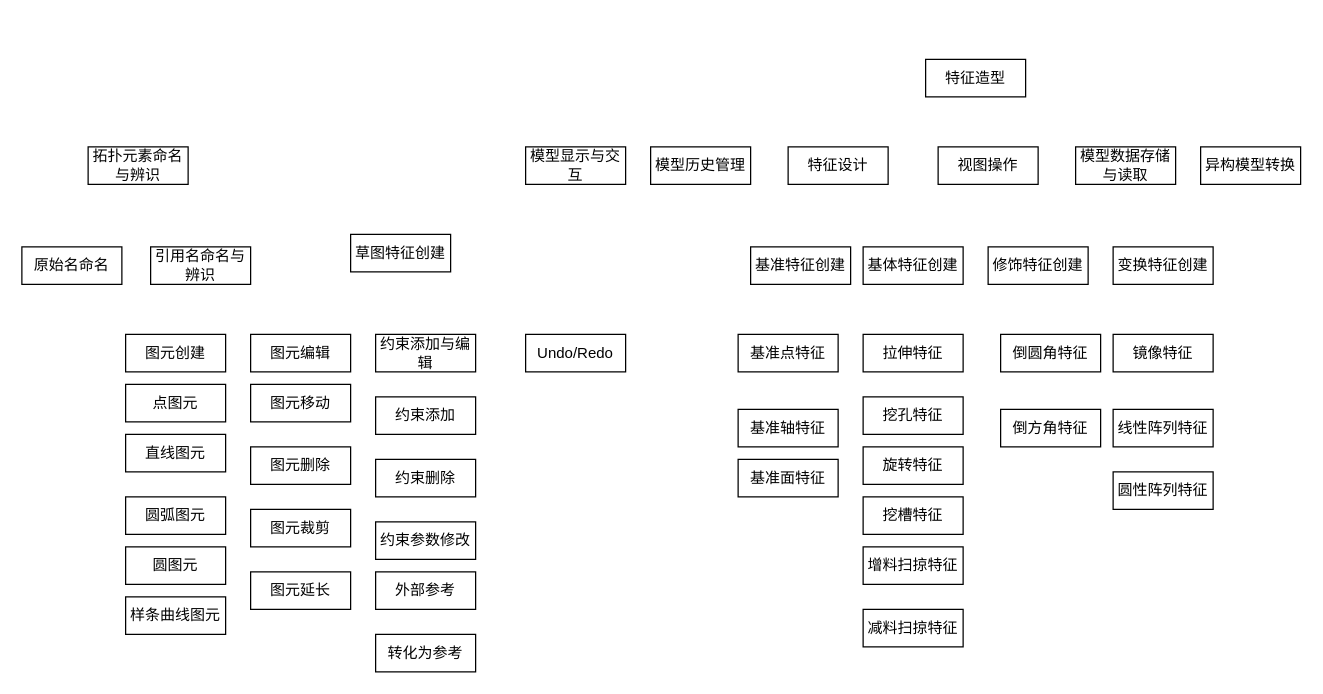
liuhuliuhu123/First-test keeps this draw.io diagram as 功能模块.drawio. Above is the earlier version. Source tidied: cells renumbered, new cells numbered last; positions are measured from the earlier drawing's top-left corner, leaving out a move shared by most shapes. Both pictures are drawn from the tidied source at 125%, with x=0, y=0 at pixel (21, 59).
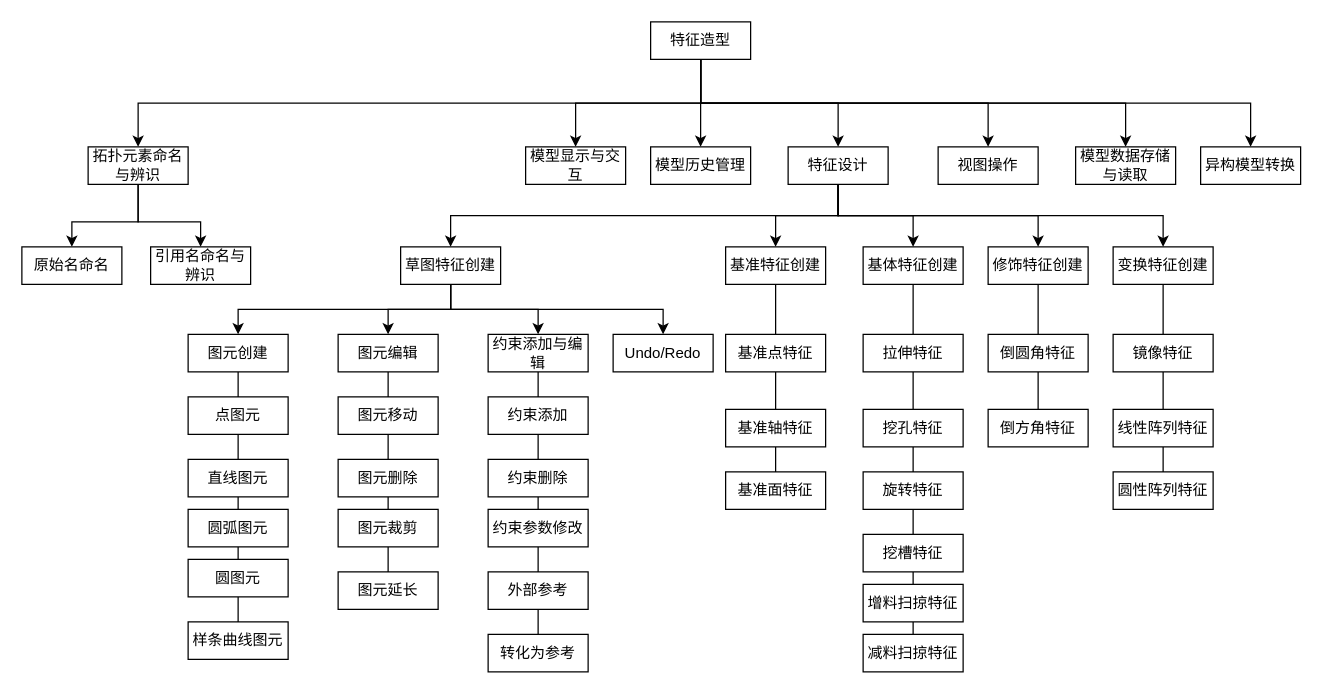
After the change.

Commit message (it also covers changes not shown here):
更新功能模块.drawio

Unchanged cells that the change refers to:
```xml
<mxCell id="3" value="拓扑元素命名与辨识" style="rounded=0;whiteSpace=wrap;html=1;" parent="1" vertex="1">
  <mxGeometry x="53" y="70" width="80" height="30" as="geometry" />
</mxCell>
<mxCell id="4" value="模型显示与交互" style="rounded=0;whiteSpace=wrap;html=1;" parent="1" vertex="1">
  <mxGeometry x="403" y="70" width="80" height="30" as="geometry" />
</mxCell>
<mxCell id="5" value="模型历史管理" style="rounded=0;whiteSpace=wrap;html=1;" parent="1" vertex="1">
  <mxGeometry x="503" y="70" width="80" height="30" as="geometry" />
</mxCell>
<mxCell id="6" value="特征设计" style="rounded=0;whiteSpace=wrap;html=1;" parent="1" vertex="1">
  <mxGeometry x="613" y="70" width="80" height="30" as="geometry" />
</mxCell>
<mxCell id="7" value="视图操作" style="rounded=0;whiteSpace=wrap;html=1;" parent="1" vertex="1">
  <mxGeometry x="733" y="70" width="80" height="30" as="geometry" />
</mxCell>
<mxCell id="8" value="模型数据存储与读取" style="rounded=0;whiteSpace=wrap;html=1;" parent="1" vertex="1">
  <mxGeometry x="843" y="70" width="80" height="30" as="geometry" />
</mxCell>
<mxCell id="9" value="异构模型转换" style="rounded=0;whiteSpace=wrap;html=1;" parent="1" vertex="1">
  <mxGeometry x="943" y="70" width="80" height="30" as="geometry" />
</mxCell>
<mxCell id="10" value="原始名命名" style="rounded=0;whiteSpace=wrap;html=1;" parent="1" vertex="1">
  <mxGeometry y="150" width="80" height="30" as="geometry" />
</mxCell>
<mxCell id="11" value="引用名命名与辨识" style="rounded=0;whiteSpace=wrap;html=1;" parent="1" vertex="1">
  <mxGeometry x="103" y="150" width="80" height="30" as="geometry" />
</mxCell>
<mxCell id="14" value="基体特征创建" style="rounded=0;whiteSpace=wrap;html=1;" parent="1" vertex="1">
  <mxGeometry x="673" y="150" width="80" height="30" as="geometry" />
</mxCell>
<mxCell id="15" value="修饰特征创建" style="rounded=0;whiteSpace=wrap;html=1;" parent="1" vertex="1">
  <mxGeometry x="773" y="150" width="80" height="30" as="geometry" />
</mxCell>
<mxCell id="16" value="变换特征创建" style="rounded=0;whiteSpace=wrap;html=1;" parent="1" vertex="1">
  <mxGeometry x="873" y="150" width="80" height="30" as="geometry" />
</mxCell>
<mxCell id="21" value="拉伸特征" style="rounded=0;whiteSpace=wrap;html=1;" parent="1" vertex="1">
  <mxGeometry x="673" y="220" width="80" height="30" as="geometry" />
</mxCell>
<mxCell id="29" value="镜像特征" style="rounded=0;whiteSpace=wrap;html=1;" parent="1" vertex="1">
  <mxGeometry x="873" y="220" width="80" height="30" as="geometry" />
</mxCell>
<mxCell id="30" value="线性阵列特征" style="rounded=0;whiteSpace=wrap;html=1;" parent="1" vertex="1">
  <mxGeometry x="873" y="280" width="80" height="30" as="geometry" />
</mxCell>
<mxCell id="31" value="圆性阵列特征" style="rounded=0;whiteSpace=wrap;html=1;" parent="1" vertex="1">
  <mxGeometry x="873" y="330" width="80" height="30" as="geometry" />
</mxCell>
```

What changed in the source:
```diff
@@
     <mxCell id="2" value="特征造型" style="rounded=0;whiteSpace=wrap;html=1;" parent="1" vertex="1">
-      <mxGeometry x="723" width="80" height="30" as="geometry" />
+      <mxGeometry x="503" y="-30" width="80" height="30" as="geometry" />
     </mxCell>
+    <mxCell id="49" style="edgeStyle=orthogonalEdgeStyle;rounded=0;jettySize=auto;html=1;" parent="1" edge="1" source="3" target="10">
+      <mxGeometry relative="1" as="geometry">
+        <Array as="points">
+          <mxPoint x="93" y="130" />
+          <mxPoint x="40" y="130" />
+        </Array>
+      </mxGeometry>
+    </mxCell>
@@
     <mxCell id="12" value="基准特征创建" style="rounded=0;whiteSpace=wrap;html=1;" parent="1" vertex="1">
-      <mxGeometry x="583" y="150" width="80" height="30" as="geometry" />
+      <mxGeometry x="563" y="150" width="80" height="30" as="geometry" />
     </mxCell>
     <mxCell id="13" value="草图特征创建" style="rounded=0;whiteSpace=wrap;html=1;" parent="1" vertex="1">
-      <mxGeometry x="263" y="140" width="80" height="30" as="geometry" />
+      <mxGeometry x="303" y="150" width="80" height="30" as="geometry" />
     </mxCell>
@@
     <mxCell id="17" value="基准点特征" style="rounded=0;whiteSpace=wrap;html=1;" parent="1" vertex="1">
-      <mxGeometry x="573" y="220" width="80" height="30" as="geometry" />
+      <mxGeometry x="563" y="220" width="80" height="30" as="geometry" />
     </mxCell>
     <mxCell id="18" value="基准面特征" style="rounded=0;whiteSpace=wrap;html=1;" parent="1" vertex="1">
-      <mxGeometry x="573" y="320" width="80" height="30" as="geometry" />
+      <mxGeometry x="563" y="330" width="80" height="30" as="geometry" />
     </mxCell>
     <mxCell id="19" value="基准轴特征" style="rounded=0;whiteSpace=wrap;html=1;" parent="1" vertex="1">
-      <mxGeometry x="573" y="280" width="80" height="30" as="geometry" />
+      <mxGeometry x="563" y="280" width="80" height="30" as="geometry" />
     </mxCell>
     <mxCell id="20" value="图元编辑" style="rounded=0;whiteSpace=wrap;html=1;" parent="1" vertex="1">
-      <mxGeometry x="183" y="220" width="80" height="30" as="geometry" />
+      <mxGeometry x="253" y="220" width="80" height="30" as="geometry" />
     </mxCell>
@@
     <mxCell id="22" value="挖孔特征" style="rounded=0;whiteSpace=wrap;html=1;" parent="1" vertex="1">
-      <mxGeometry x="673" y="270" width="80" height="30" as="geometry" />
+      <mxGeometry x="673" y="280" width="80" height="30" as="geometry" />
     </mxCell>
     <mxCell id="23" value="旋转特征" style="rounded=0;whiteSpace=wrap;html=1;" parent="1" vertex="1">
-      <mxGeometry x="673" y="310" width="80" height="30" as="geometry" />
+      <mxGeometry x="673" y="330" width="80" height="30" as="geometry" />
     </mxCell>
     <mxCell id="24" value="挖槽特征" style="rounded=0;whiteSpace=wrap;html=1;" parent="1" vertex="1">
-      <mxGeometry x="673" y="350" width="80" height="30" as="geometry" />
+      <mxGeometry x="673" y="380" width="80" height="30" as="geometry" />
     </mxCell>
     <mxCell id="25" value="增料扫掠特征" style="rounded=0;whiteSpace=wrap;html=1;" parent="1" vertex="1">
-      <mxGeometry x="673" y="390" width="80" height="30" as="geometry" />
+      <mxGeometry x="673" y="420" width="80" height="30" as="geometry" />
     </mxCell>
     <mxCell id="26" value="减料扫掠特征" style="rounded=0;whiteSpace=wrap;html=1;" parent="1" vertex="1">
-      <mxGeometry x="673" y="440" width="80" height="30" as="geometry" />
+      <mxGeometry x="673" y="460" width="80" height="30" as="geometry" />
     </mxCell>
     <mxCell id="27" value="倒圆角特征" style="rounded=0;whiteSpace=wrap;html=1;" parent="1" vertex="1">
-      <mxGeometry x="783" y="220" width="80" height="30" as="geometry" />
+      <mxGeometry x="773" y="220" width="80" height="30" as="geometry" />
     </mxCell>
     <mxCell id="28" value="倒方角特征" style="rounded=0;whiteSpace=wrap;html=1;" parent="1" vertex="1">
-      <mxGeometry x="783" y="280" width="80" height="30" as="geometry" />
+      <mxGeometry x="773" y="280" width="80" height="30" as="geometry" />
     </mxCell>
@@
     <mxCell id="32" value="约束添加与编辑" style="rounded=0;whiteSpace=wrap;html=1;" parent="1" vertex="1">
-      <mxGeometry x="283" y="220" width="80" height="30" as="geometry" />
+      <mxGeometry x="373" y="220" width="80" height="30" as="geometry" />
     </mxCell>
     <mxCell id="33" value="图元创建" style="rounded=0;whiteSpace=wrap;html=1;" parent="1" vertex="1">
-      <mxGeometry x="83" y="220" width="80" height="30" as="geometry" />
+      <mxGeometry x="133" y="220" width="80" height="30" as="geometry" />
     </mxCell>
     <mxCell id="34" value="Undo/Redo" style="rounded=0;whiteSpace=wrap;html=1;" parent="1" vertex="1">
-      <mxGeometry x="403" y="220" width="80" height="30" as="geometry" />
+      <mxGeometry x="473" y="220" width="80" height="30" as="geometry" />
     </mxCell>
     <mxCell id="35" value="点图元" style="rounded=0;whiteSpace=wrap;html=1;" parent="1" vertex="1">
-      <mxGeometry x="83" y="260" width="80" height="30" as="geometry" />
+      <mxGeometry x="133" y="270" width="80" height="30" as="geometry" />
     </mxCell>
     <mxCell id="36" value="直线图元" style="rounded=0;whiteSpace=wrap;html=1;" parent="1" vertex="1">
-      <mxGeometry x="83" y="300" width="80" height="30" as="geometry" />
+      <mxGeometry x="133" y="320" width="80" height="30" as="geometry" />
     </mxCell>
     <mxCell id="37" value="圆弧图元" style="rounded=0;whiteSpace=wrap;html=1;" parent="1" vertex="1">
-      <mxGeometry x="83" y="350" width="80" height="30" as="geometry" />
+      <mxGeometry x="133" y="360" width="80" height="30" as="geometry" />
     </mxCell>
     <mxCell id="38" value="圆图元" style="rounded=0;whiteSpace=wrap;html=1;" parent="1" vertex="1">
-      <mxGeometry x="83" y="390" width="80" height="30" as="geometry" />
+      <mxGeometry x="133" y="400" width="80" height="30" as="geometry" />
     </mxCell>
     <mxCell id="39" value="样条曲线图元" style="rounded=0;whiteSpace=wrap;html=1;" parent="1" vertex="1">
-      <mxGeometry x="83" y="430" width="80" height="30" as="geometry" />
+      <mxGeometry x="133" y="450" width="80" height="30" as="geometry" />
     </mxCell>
     <mxCell id="40" value="图元删除" style="rounded=0;whiteSpace=wrap;html=1;" parent="1" vertex="1">
-      <mxGeometry x="183" y="310" width="80" height="30" as="geometry" />
+      <mxGeometry x="253" y="320" width="80" height="30" as="geometry" />
     </mxCell>
     <mxCell id="41" value="图元裁剪" style="rounded=0;whiteSpace=wrap;html=1;" parent="1" vertex="1">
-      <mxGeometry x="183" y="360" width="80" height="30" as="geometry" />
+      <mxGeometry x="253" y="360" width="80" height="30" as="geometry" />
     </mxCell>
     <mxCell id="42" value="图元延长" style="rounded=0;whiteSpace=wrap;html=1;" parent="1" vertex="1">
-      <mxGeometry x="183" y="410" width="80" height="30" as="geometry" />
+      <mxGeometry x="253" y="410" width="80" height="30" as="geometry" />
     </mxCell>
     <mxCell id="43" value="图元移动" style="rounded=0;whiteSpace=wrap;html=1;" parent="1" vertex="1">
-      <mxGeometry x="183" y="260" width="80" height="30" as="geometry" />
+      <mxGeometry x="253" y="270" width="80" height="30" as="geometry" />
     </mxCell>
     <mxCell id="44" value="约束添加" style="rounded=0;whiteSpace=wrap;html=1;" parent="1" vertex="1">
-      <mxGeometry x="283" y="270" width="80" height="30" as="geometry" />
+      <mxGeometry x="373" y="270" width="80" height="30" as="geometry" />
     </mxCell>
     <mxCell id="45" value="约束删除" style="rounded=0;whiteSpace=wrap;html=1;" parent="1" vertex="1">
-      <mxGeometry x="283" y="320" width="80" height="30" as="geometry" />
+      <mxGeometry x="373" y="320" width="80" height="30" as="geometry" />
     </mxCell>
     <mxCell id="46" value="约束参数修改" style="rounded=0;whiteSpace=wrap;html=1;" parent="1" vertex="1">
-      <mxGeometry x="283" y="370" width="80" height="30" as="geometry" />
+      <mxGeometry x="373" y="360" width="80" height="30" as="geometry" />
     </mxCell>
     <mxCell id="47" value="外部参考" style="rounded=0;whiteSpace=wrap;html=1;" parent="1" vertex="1">
-      <mxGeometry x="283" y="410" width="80" height="30" as="geometry" />
+      <mxGeometry x="373" y="410" width="80" height="30" as="geometry" />
     </mxCell>
     <mxCell id="48" value="转化为参考" style="rounded=0;whiteSpace=wrap;html=1;" parent="1" vertex="1">
-      <mxGeometry x="283" y="460" width="80" height="30" as="geometry" />
+      <mxGeometry x="373" y="460" width="80" height="30" as="geometry" />
     </mxCell>
+    <mxCell id="50" style="endArrow=classic;html=1;rounded=0;entryX=0.5;entryY=0;entryDx=0;entryDy=0;edgeStyle=orthogonalEdgeStyle;exitX=0.5;exitY=1;exitDx=0;exitDy=0;" parent="1" edge="1" source="3" target="11">
+      <mxGeometry relative="1" as="geometry">
+        <Array as="points">
+          <mxPoint x="93" y="130" />
+          <mxPoint x="143" y="130" />
+        </Array>
+      </mxGeometry>
+    </mxCell>
+    <mxCell id="51" style="endArrow=classic;html=1;rounded=0;exitX=0.5;exitY=1;exitDx=0;exitDy=0;entryX=0.5;entryY=0;entryDx=0;entryDy=0;" parent="1" edge="1" source="2" target="5">
+      <mxGeometry relative="1" as="geometry" />
+    </mxCell>
+    <mxCell id="52" style="edgeStyle=orthogonalEdgeStyle;rounded=0;orthogonalLoop=1;jettySize=auto;html=1;exitX=0.5;exitY=1;exitDx=0;exitDy=0;" parent="1" edge="1" source="17" target="17">
+      <mxGeometry relative="1" as="geometry" />
+    </mxCell>
+    <mxCell id="53" style="endArrow=classic;html=1;rounded=0;exitX=0.5;exitY=1;exitDx=0;exitDy=0;entryX=0.5;entryY=0;entryDx=0;entryDy=0;edgeStyle=orthogonalEdgeStyle;" parent="1" edge="1" source="6" target="12">
+      <mxGeometry relative="1" as="geometry" />
+    </mxCell>
+    <mxCell id="54" style="endArrow=classic;html=1;rounded=0;exitX=0.5;exitY=1;exitDx=0;exitDy=0;entryX=0.5;entryY=0;entryDx=0;entryDy=0;edgeStyle=orthogonalEdgeStyle;" parent="1" edge="1" source="6" target="14">
+      <mxGeometry relative="1" as="geometry" />
+    </mxCell>
+    <mxCell id="55" style="endArrow=classic;html=1;rounded=0;edgeStyle=orthogonalEdgeStyle;exitX=0.5;exitY=1;exitDx=0;exitDy=0;" parent="1" edge="1" source="6" target="15">
+      <mxGeometry relative="1" as="geometry" />
+    </mxCell>
+    <mxCell id="56" style="endArrow=classic;html=1;rounded=0;exitX=0.5;exitY=1;exitDx=0;exitDy=0;entryX=0.5;entryY=0;entryDx=0;entryDy=0;edgeStyle=orthogonalEdgeStyle;" parent="1" edge="1" source="6" target="16">
+      <mxGeometry relative="1" as="geometry" />
+    </mxCell>
+    <mxCell id="57" style="endArrow=classic;html=1;rounded=0;exitX=0.5;exitY=1;exitDx=0;exitDy=0;entryX=0.5;entryY=0;entryDx=0;entryDy=0;edgeStyle=orthogonalEdgeStyle;" parent="1" edge="1" source="6" target="13">
+      <mxGeometry relative="1" as="geometry" />
+    </mxCell>
+    <mxCell id="58" style="endArrow=classic;html=1;rounded=0;edgeStyle=orthogonalEdgeStyle;exitX=0.5;exitY=1;exitDx=0;exitDy=0;entryX=0.5;entryY=0;entryDx=0;entryDy=0;" parent="1" edge="1" source="2" target="4">
+      <mxGeometry relative="1" as="geometry" />
+    </mxCell>
+    <mxCell id="59" style="endArrow=classic;html=1;rounded=0;exitX=0.5;exitY=1;exitDx=0;exitDy=0;edgeStyle=orthogonalEdgeStyle;" parent="1" edge="1" source="2" target="6">
+      <mxGeometry relative="1" as="geometry" />
+    </mxCell>
+    <mxCell id="60" style="endArrow=classic;html=1;rounded=0;exitX=0.5;exitY=1;exitDx=0;exitDy=0;edgeStyle=orthogonalEdgeStyle;" parent="1" edge="1" source="2" target="7">
+      <mxGeometry relative="1" as="geometry" />
+    </mxCell>
+    <mxCell id="61" style="endArrow=classic;html=1;rounded=0;exitX=0.5;exitY=1;exitDx=0;exitDy=0;entryX=0.5;entryY=0;entryDx=0;entryDy=0;edgeStyle=orthogonalEdgeStyle;" parent="1" edge="1" source="2" target="8">
+      <mxGeometry relative="1" as="geometry" />
+    </mxCell>
+    <mxCell id="62" style="endArrow=classic;html=1;rounded=0;exitX=0.5;exitY=1;exitDx=0;exitDy=0;edgeStyle=orthogonalEdgeStyle;" parent="1" edge="1" source="2" target="9">
+      <mxGeometry relative="1" as="geometry" />
+    </mxCell>
+    <mxCell id="63" style="endArrow=classic;html=1;rounded=0;exitX=0.5;exitY=1;exitDx=0;exitDy=0;entryX=0.5;entryY=0;entryDx=0;entryDy=0;edgeStyle=orthogonalEdgeStyle;" parent="1" edge="1" source="2" target="3">
+      <mxGeometry relative="1" as="geometry" />
+    </mxCell>
+    <mxCell id="64" style="endArrow=classic;html=1;rounded=0;exitX=0.5;exitY=1;exitDx=0;exitDy=0;entryX=0.5;entryY=0;entryDx=0;entryDy=0;edgeStyle=orthogonalEdgeStyle;" parent="1" edge="1" source="13" target="33">
+      <mxGeometry relative="1" as="geometry" />
+    </mxCell>
+    <mxCell id="65" style="endArrow=classic;html=1;rounded=0;exitX=0.5;exitY=1;exitDx=0;exitDy=0;edgeStyle=orthogonalEdgeStyle;" parent="1" edge="1" source="13" target="20">
+      <mxGeometry relative="1" as="geometry" />
+    </mxCell>
+    <mxCell id="66" style="endArrow=classic;html=1;rounded=0;exitX=0.5;exitY=1;exitDx=0;exitDy=0;entryX=0.5;entryY=0;entryDx=0;entryDy=0;edgeStyle=orthogonalEdgeStyle;" parent="1" edge="1" source="13" target="32">
+      <mxGeometry relative="1" as="geometry" />
+    </mxCell>
+    <mxCell id="67" style="endArrow=classic;html=1;rounded=0;exitX=0.5;exitY=1;exitDx=0;exitDy=0;entryX=0.5;entryY=0;entryDx=0;entryDy=0;edgeStyle=orthogonalEdgeStyle;" parent="1" edge="1" source="13" target="34">
+      <mxGeometry relative="1" as="geometry" />
+    </mxCell>
+    <mxCell id="68" style="endArrow=none;html=1;rounded=0;entryX=0.5;entryY=1;entryDx=0;entryDy=0;" parent="1" edge="1" source="17" target="12">
+      <mxGeometry relative="1" as="geometry" />
+    </mxCell>
+    <mxCell id="69" style="endArrow=none;html=1;rounded=0;entryX=0.5;entryY=1;entryDx=0;entryDy=0;" parent="1" edge="1" source="19" target="17">
+      <mxGeometry relative="1" as="geometry" />
+    </mxCell>
+    <mxCell id="70" style="endArrow=none;html=1;rounded=0;entryX=0.5;entryY=1;entryDx=0;entryDy=0;" parent="1" edge="1" source="18" target="19">
+      <mxGeometry relative="1" as="geometry" />
+    </mxCell>
+    <mxCell id="71" style="endArrow=none;html=1;rounded=0;entryX=0.5;entryY=1;entryDx=0;entryDy=0;exitX=0.5;exitY=0;exitDx=0;exitDy=0;" parent="1" edge="1" source="21" target="14">
+      <mxGeometry relative="1" as="geometry" />
+    </mxCell>
+    <mxCell id="72" style="endArrow=none;html=1;rounded=0;entryX=0.5;entryY=1;entryDx=0;entryDy=0;" parent="1" edge="1" source="22" target="21">
+      <mxGeometry relative="1" as="geometry" />
+    </mxCell>
+    <mxCell id="73" style="endArrow=none;html=1;rounded=0;entryX=0.5;entryY=1;entryDx=0;entryDy=0;" parent="1" edge="1" source="23" target="22">
+      <mxGeometry relative="1" as="geometry" />
+    </mxCell>
+    <mxCell id="74" style="endArrow=none;html=1;rounded=0;entryX=0.5;entryY=1;entryDx=0;entryDy=0;" parent="1" edge="1" source="24" target="23">
+      <mxGeometry relative="1" as="geometry" />
+    </mxCell>
+    <mxCell id="75" style="endArrow=none;html=1;rounded=0;entryX=0.5;entryY=1;entryDx=0;entryDy=0;" parent="1" edge="1" source="25" target="24">
+      <mxGeometry relative="1" as="geometry" />
+    </mxCell>
+    <mxCell id="76" style="endArrow=none;html=1;rounded=0;entryX=0.5;entryY=1;entryDx=0;entryDy=0;" parent="1" edge="1" source="26" target="25">
+      <mxGeometry relative="1" as="geometry" />
+    </mxCell>
+    <mxCell id="77" style="endArrow=none;html=1;rounded=0;entryX=0.5;entryY=1;entryDx=0;entryDy=0;exitX=0.5;exitY=0;exitDx=0;exitDy=0;" parent="1" edge="1" source="27" target="15">
+      <mxGeometry relative="1" as="geometry" />
+    </mxCell>
+    <mxCell id="78" style="endArrow=none;html=1;rounded=0;entryX=0.5;entryY=1;entryDx=0;entryDy=0;" parent="1" edge="1" source="28" target="27">
+      <mxGeometry relative="1" as="geometry" />
+    </mxCell>
+    <mxCell id="79" style="endArrow=none;html=1;rounded=0;entryX=0.5;entryY=1;entryDx=0;entryDy=0;" parent="1" edge="1" source="29" target="16">
+      <mxGeometry relative="1" as="geometry" />
+    </mxCell>
+    <mxCell id="80" style="endArrow=none;html=1;rounded=0;" parent="1" edge="1" source="30" target="29">
+      <mxGeometry relative="1" as="geometry" />
+    </mxCell>
+    <mxCell id="81" style="endArrow=none;html=1;rounded=0;entryX=0.5;entryY=1;entryDx=0;entryDy=0;" parent="1" edge="1" source="31" target="30">
+      <mxGeometry relative="1" as="geometry" />
+    </mxCell>
+    <mxCell id="82" style="endArrow=none;html=1;rounded=0;entryX=0.5;entryY=1;entryDx=0;entryDy=0;" parent="1" edge="1" source="35" target="33">
+      <mxGeometry relative="1" as="geometry" />
+    </mxCell>
+    <mxCell id="83" style="endArrow=none;html=1;rounded=0;entryX=0.5;entryY=1;entryDx=0;entryDy=0;exitX=0.5;exitY=0;exitDx=0;exitDy=0;" parent="1" edge="1" source="36" target="35">
+      <mxGeometry relative="1" as="geometry" />
+    </mxCell>
+    <mxCell id="84" style="endArrow=none;html=1;rounded=0;entryX=0.5;entryY=1;entryDx=0;entryDy=0;" parent="1" edge="1" source="37" target="36">
+      <mxGeometry relative="1" as="geometry" />
+    </mxCell>
+    <mxCell id="85" style="endArrow=none;html=1;rounded=0;entryX=0.5;entryY=1;entryDx=0;entryDy=0;" parent="1" edge="1" source="38" target="37">
+      <mxGeometry relative="1" as="geometry" />
+    </mxCell>
+    <mxCell id="86" style="endArrow=none;html=1;rounded=0;entryX=0.5;entryY=1;entryDx=0;entryDy=0;" parent="1" edge="1" source="39" target="38">
+      <mxGeometry relative="1" as="geometry" />
+    </mxCell>
+    <mxCell id="87" style="endArrow=none;html=1;rounded=0;entryX=0.5;entryY=1;entryDx=0;entryDy=0;" parent="1" edge="1" target="20">
+      <mxGeometry relative="1" as="geometry">
+        <mxPoint x="293" y="270" as="sourcePoint" />
+      </mxGeometry>
+    </mxCell>
+    <mxCell id="88" style="endArrow=none;html=1;rounded=0;entryX=0.5;entryY=1;entryDx=0;entryDy=0;" parent="1" edge="1" source="40" target="43">
+      <mxGeometry relative="1" as="geometry" />
+    </mxCell>
+    <mxCell id="89" style="endArrow=none;html=1;rounded=0;entryX=0.5;entryY=1;entryDx=0;entryDy=0;" parent="1" edge="1" source="41" target="40">
+      <mxGeometry relative="1" as="geometry" />
+    </mxCell>
+    <mxCell id="90" style="endArrow=none;html=1;rounded=0;entryX=0.5;entryY=1;entryDx=0;entryDy=0;" parent="1" edge="1" source="42" target="41">
+      <mxGeometry relative="1" as="geometry" />
+    </mxCell>
+    <mxCell id="91" style="endArrow=none;html=1;rounded=0;entryX=0.5;entryY=1;entryDx=0;entryDy=0;" parent="1" edge="1" source="44" target="32">
+      <mxGeometry relative="1" as="geometry" />
+    </mxCell>
+    <mxCell id="92" style="endArrow=none;html=1;rounded=0;entryX=0.5;entryY=1;entryDx=0;entryDy=0;" parent="1" edge="1" source="45" target="44">
+      <mxGeometry relative="1" as="geometry" />
+    </mxCell>
+    <mxCell id="93" style="endArrow=none;html=1;rounded=0;entryX=0.5;entryY=1;entryDx=0;entryDy=0;" parent="1" edge="1" source="46" target="45">
+      <mxGeometry relative="1" as="geometry" />
+    </mxCell>
+    <mxCell id="94" style="endArrow=none;html=1;rounded=0;entryX=0.5;entryY=1;entryDx=0;entryDy=0;" parent="1" edge="1" source="47" target="46">
+      <mxGeometry relative="1" as="geometry" />
+    </mxCell>
+    <mxCell id="95" style="endArrow=none;html=1;rounded=0;entryX=0.5;entryY=1;entryDx=0;entryDy=0;" parent="1" edge="1" source="48" target="47">
+      <mxGeometry relative="1" as="geometry" />
+    </mxCell>
```
